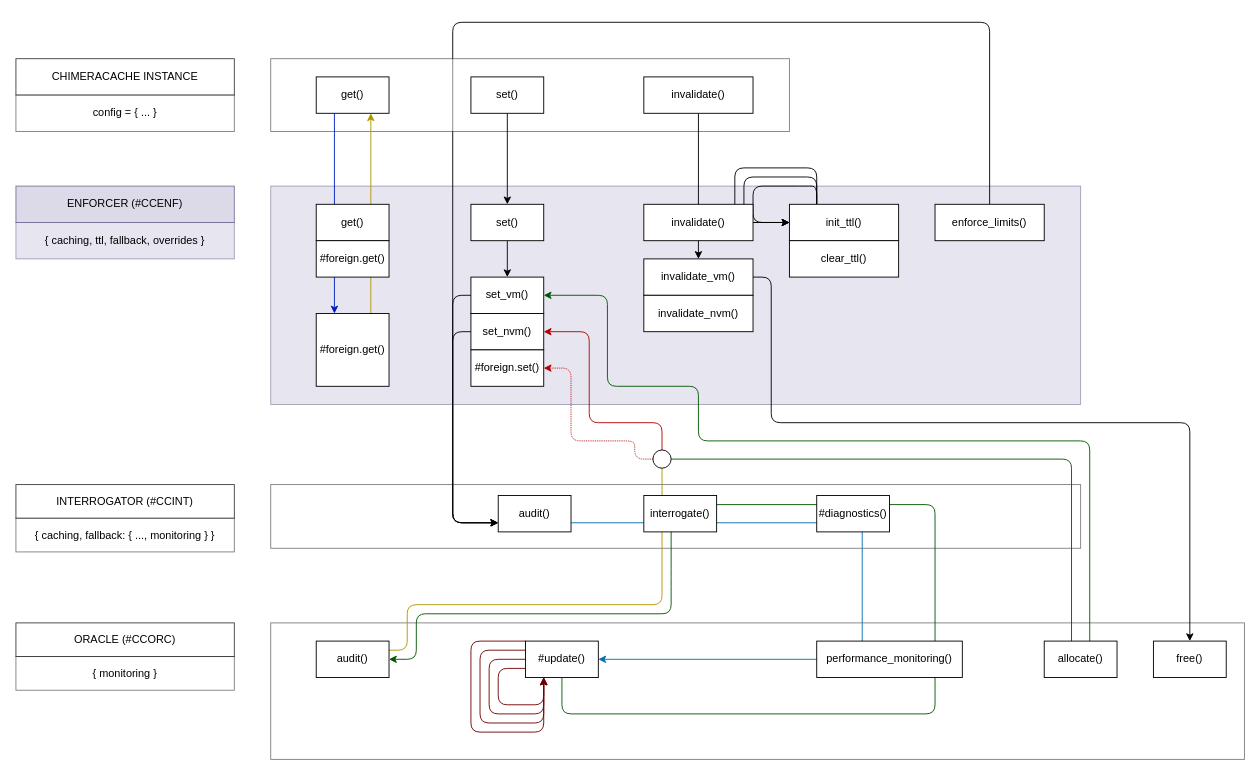
Before: overview.drawio in sandrockjustin/ChimeraCache, a draw.io diagram. Source tidied: cells renumbered, new cells numbered last; positions are measured from the earlier drawing's top-left corner, leaving out a move shared by most shapes. Both pictures are drawn from the tidied source at 91%, with x=0, y=0 at pixel (15, 22).
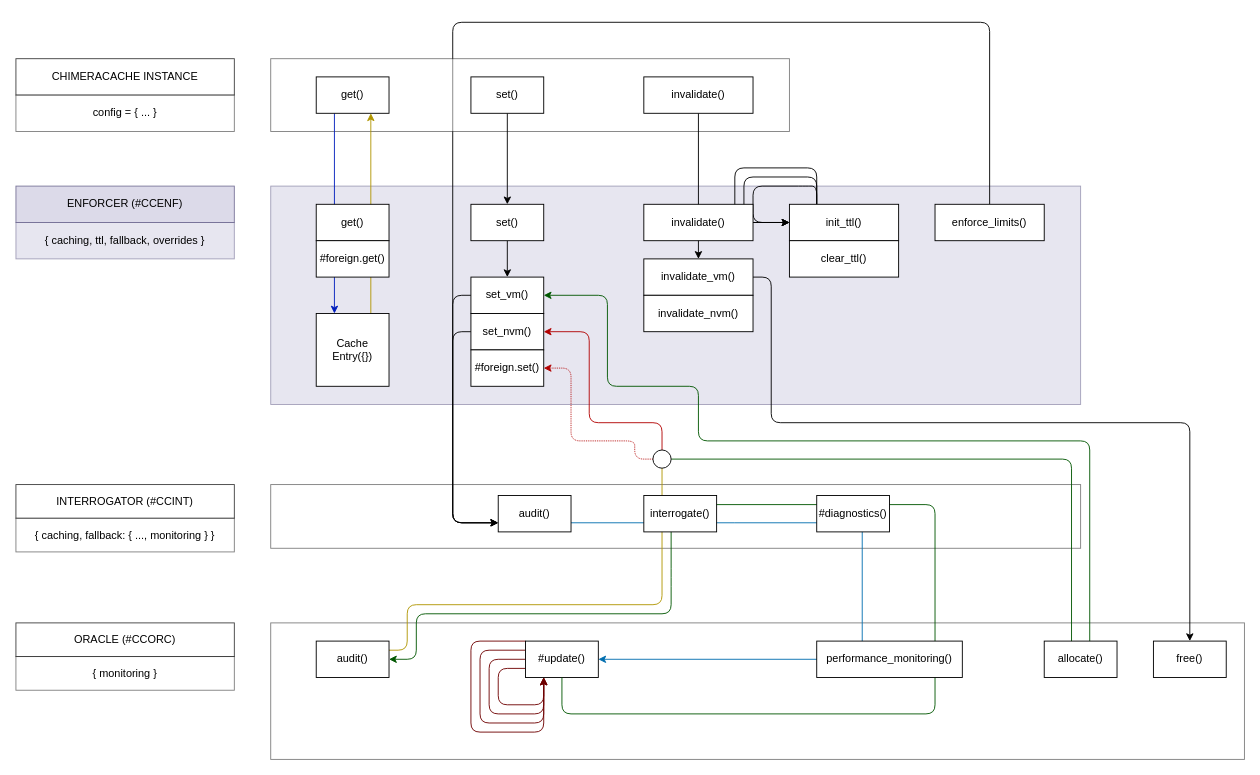
The same page after the edit.

Commit message:
FIX / minor fix to overview diagram

Change to the diagram source:
```diff
@@
-    <mxCell id="60" value="#foreign.get()" style="whiteSpace=wrap;html=1;rotation=0;" parent="1" vertex="1">
+    <mxCell id="60" value="Cache Entry({})" style="whiteSpace=wrap;html=1;rotation=0;" parent="1" vertex="1">
       <mxGeometry x="330" y="320" width="80" height="80" as="geometry" />
     </mxCell>
```
